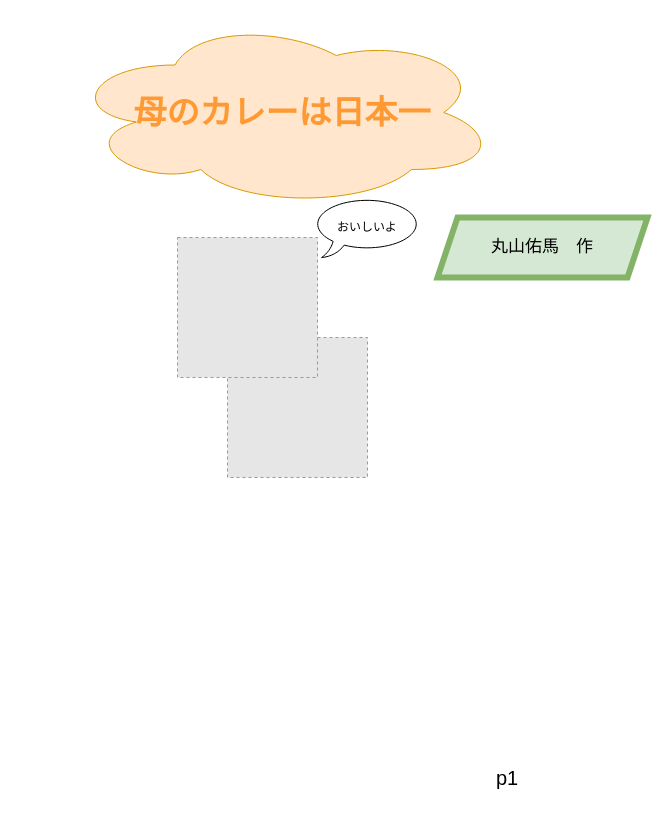
The draw.io diagram page "ページ36" (36 of 37) of src/main/resources/templates/shopping/Untitled Diagram.drawio in YumaMaruyama/ITworksTRYshopping, before the edit. Source tidied: cells renumbered, new cells numbered last; positions are measured from the earlier drawing's top-left corner, leaving out a move shared by most shapes. Both pictures are drawn from the tidied source at 100%, with x=0, y=0 at pixel (67, 17). Pictures stored in the file or linked from it are replaced by grey dashed boxes.
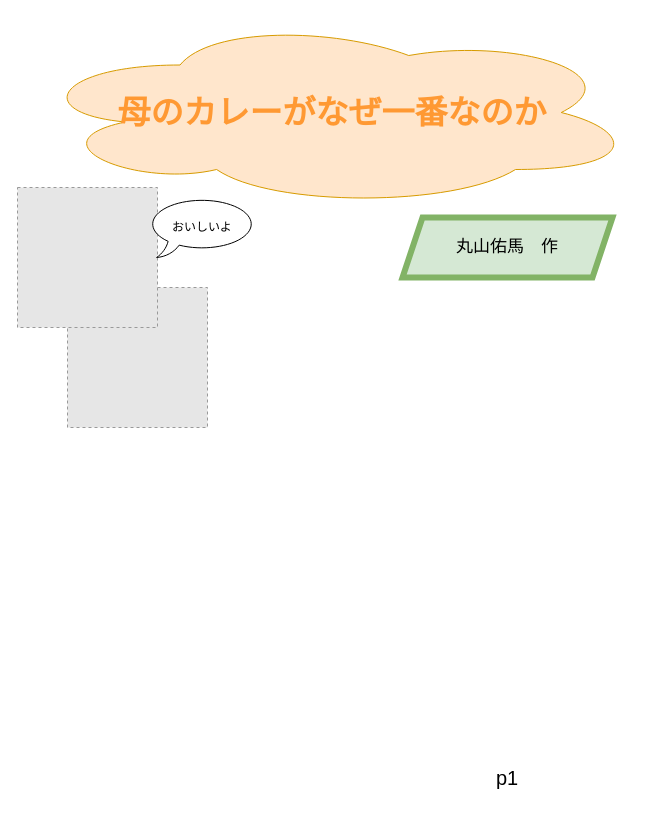
The same diagram, later.

Commit message (it also covers changes not shown here):
Untitled Diagram.drawio を更新します

Change to the diagram source:
```diff
@@
 <mxGraphModel>
   <root>
     <mxCell id="0" />
     <mxCell id="1" parent="0" />
-    <mxCell id="2" value="&lt;h2&gt;&lt;font color=&quot;#ff9933&quot; style=&quot;font-size: 33px;&quot;&gt;母のカレーは日本一&lt;/font&gt;&lt;/h2&gt;" style="ellipse;shape=cloud;whiteSpace=wrap;html=1;fillColor=#ffe6cc;strokeColor=#d79b00;" parent="1" vertex="1">
-      <mxGeometry width="430" height="190" as="geometry" />
+    <mxCell id="2" value="&lt;h2&gt;&lt;font color=&quot;#ff9933&quot; style=&quot;font-size: 33px;&quot;&gt;母のカレーがなぜ一番なのか&lt;/font&gt;&lt;/h2&gt;" style="ellipse;shape=cloud;whiteSpace=wrap;html=1;fillColor=#ffe6cc;strokeColor=#d79b00;" parent="1" vertex="1">
+      <mxGeometry x="-40" width="610" height="190" as="geometry" />
     </mxCell>
     <mxCell id="3" value="&lt;font style=&quot;font-size: 20px;&quot;&gt;p1&lt;/font&gt;" style="text;html=1;strokeColor=none;fillColor=none;align=center;verticalAlign=middle;whiteSpace=wrap;rounded=0;strokeWidth=4;" parent="1" vertex="1">
       <mxGeometry x="400" y="730" width="80" height="60" as="geometry" />
     </mxCell>
     <mxCell id="4" value="&lt;font style=&quot;font-size: 17px;&quot;&gt;丸山佑馬　作&lt;/font&gt;" style="shape=parallelogram;perimeter=parallelogramPerimeter;whiteSpace=wrap;html=1;fixedSize=1;strokeWidth=6;fillColor=#d5e8d4;strokeColor=#82b366;" parent="1" vertex="1">
-      <mxGeometry x="370" y="200" width="210" height="60" as="geometry" />
+      <mxGeometry x="335" y="200" width="210" height="60" as="geometry" />
     </mxCell>
     <mxCell id="5" style="fillColor=#E6E6E6;strokeColor=#999999;dashed=1;verticalLabelPosition=bottom;labelBackgroundColor=default;verticalAlign=top;" parent="1" vertex="1">
-      <mxGeometry x="160" y="320" width="140" height="140" as="geometry" />
+      <mxGeometry y="270" width="140" height="140" as="geometry" />
     </mxCell>
     <mxCell id="6" style="fillColor=#E6E6E6;strokeColor=#999999;dashed=1;verticalLabelPosition=bottom;labelBackgroundColor=default;verticalAlign=top;" parent="1" vertex="1">
-      <mxGeometry x="110" y="220" width="140" height="140" as="geometry" />
+      <mxGeometry x="-50" y="170" width="140" height="140" as="geometry" />
     </mxCell>
     <mxCell id="7" value="おいしいよ" style="whiteSpace=wrap;html=1;shape=mxgraph.basic.oval_callout;" parent="1" vertex="1">
-      <mxGeometry x="245" y="180" width="110" height="60" as="geometry" />
+      <mxGeometry x="80" y="180" width="110" height="60" as="geometry" />
     </mxCell>
   </root>
 </mxGraphModel>
```
